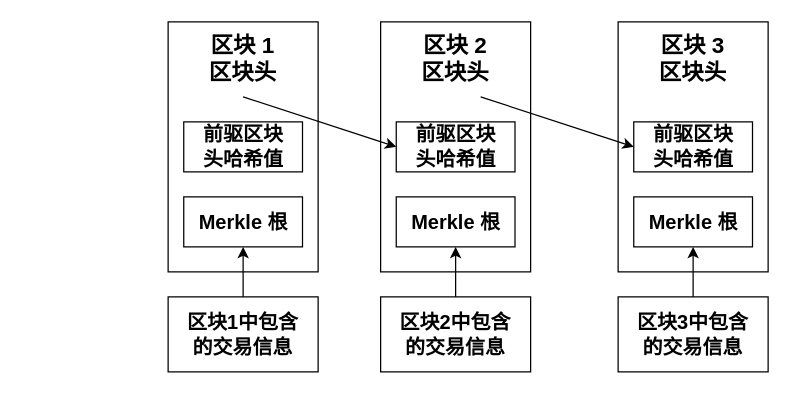
liugangjian/BTCWallet keeps this draw.io diagram as block.drawio. Above is the earlier version. Source tidied: cells renumbered, new cells numbered last; positions are measured from the earlier drawing's top-left corner, leaving out a move shared by most shapes. Both pictures are drawn from the tidied source at 125%, with x=0, y=0 at pixel (168, 21).
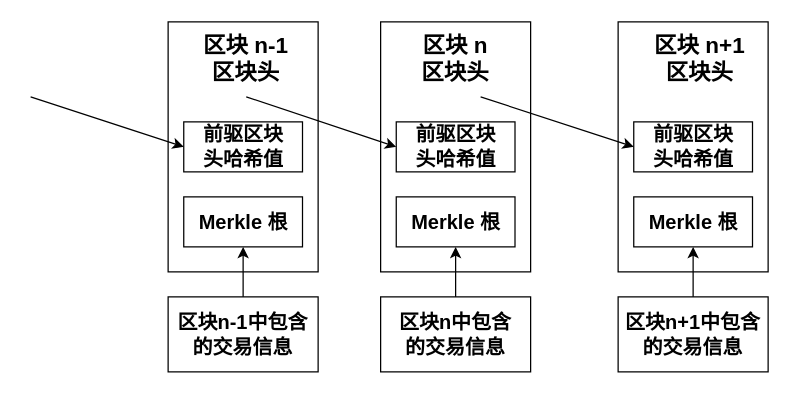
The same diagram, later.

Unchanged cells that the change refers to:
```xml
<mxCell id="8" style="group;" parent="1" vertex="1">
  <mxGeometry x="170" width="120" height="280" as="geometry" />
</mxCell>
<mxCell id="15" style="group;" parent="1" vertex="1">
  <mxGeometry x="360" width="120" height="280" as="geometry" />
</mxCell>
```

Change to the diagram source:
```diff
@@
-    <mxCell id="3" value="&lt;font style=&quot;font-size: 18px&quot;&gt;&lt;b&gt;区块 1&lt;br&gt;区块头&lt;br&gt;&lt;/b&gt;&lt;/font&gt;" style="text;html=1;strokeColor=none;fillColor=none;align=center;verticalAlign=middle;whiteSpace=wrap;rounded=0;" parent="1" vertex="1">
-      <mxGeometry x="25" width="70" height="60" as="geometry" />
+    <mxCell id="3" value="&lt;font style=&quot;font-size: 18px&quot;&gt;&lt;b&gt;区块 n-1&lt;br&gt;区块头&lt;br&gt;&lt;/b&gt;&lt;/font&gt;" style="text;html=1;strokeColor=none;fillColor=none;align=center;verticalAlign=middle;whiteSpace=wrap;rounded=0;" parent="1" vertex="1">
+      <mxGeometry x="25" width="75" height="60" as="geometry" />
     </mxCell>
@@
-    <mxCell id="7" value="&lt;b&gt;&lt;font style=&quot;font-size: 16px&quot;&gt;区块1中包含&lt;br&gt;的交易信息&lt;/font&gt;&lt;/b&gt;" style="rounded=0;whiteSpace=wrap;html=1;" parent="1" vertex="1">
+    <mxCell id="7" value="&lt;b&gt;&lt;font style=&quot;font-size: 16px&quot;&gt;区块n-1中包含&lt;br&gt;的交易信息&lt;/font&gt;&lt;/b&gt;" style="rounded=0;whiteSpace=wrap;html=1;" parent="1" vertex="1">
       <mxGeometry y="220" width="120" height="60" as="geometry" />
     </mxCell>
@@
-    <mxCell id="10" value="&lt;font style=&quot;font-size: 18px&quot;&gt;&lt;b&gt;区块 2&lt;br&gt;区块头&lt;br&gt;&lt;/b&gt;&lt;/font&gt;" style="text;html=1;strokeColor=none;fillColor=none;align=center;verticalAlign=middle;whiteSpace=wrap;rounded=0;" parent="8" vertex="1">
+    <mxCell id="10" value="&lt;font style=&quot;font-size: 18px&quot;&gt;&lt;b&gt;区块 n&lt;br&gt;区块头&lt;br&gt;&lt;/b&gt;&lt;/font&gt;" style="text;html=1;strokeColor=none;fillColor=none;align=center;verticalAlign=middle;whiteSpace=wrap;rounded=0;" parent="8" vertex="1">
       <mxGeometry x="25" width="70" height="60" as="geometry" />
     </mxCell>
@@
-    <mxCell id="14" value="&lt;b&gt;&lt;font style=&quot;font-size: 16px&quot;&gt;区块2中包含&lt;br&gt;的交易信息&lt;/font&gt;&lt;/b&gt;" style="rounded=0;whiteSpace=wrap;html=1;" parent="8" vertex="1">
+    <mxCell id="14" value="&lt;b&gt;&lt;font style=&quot;font-size: 16px&quot;&gt;区块n中包含&lt;br&gt;的交易信息&lt;/font&gt;&lt;/b&gt;" style="rounded=0;whiteSpace=wrap;html=1;" parent="8" vertex="1">
       <mxGeometry y="220" width="120" height="60" as="geometry" />
     </mxCell>
@@
-    <mxCell id="17" value="&lt;font style=&quot;font-size: 18px&quot;&gt;&lt;b&gt;区块 3&lt;br&gt;区块头&lt;br&gt;&lt;/b&gt;&lt;/font&gt;" style="text;html=1;strokeColor=none;fillColor=none;align=center;verticalAlign=middle;whiteSpace=wrap;rounded=0;" parent="15" vertex="1">
-      <mxGeometry x="25" width="70" height="60" as="geometry" />
+    <mxCell id="17" value="&lt;font style=&quot;font-size: 18px&quot;&gt;&lt;b&gt;区块 n+1&lt;br&gt;区块头&lt;br&gt;&lt;/b&gt;&lt;/font&gt;" style="text;html=1;strokeColor=none;fillColor=none;align=center;verticalAlign=middle;whiteSpace=wrap;rounded=0;" parent="15" vertex="1">
+      <mxGeometry x="25" width="81" height="60" as="geometry" />
     </mxCell>
@@
-    <mxCell id="21" value="&lt;b&gt;&lt;font style=&quot;font-size: 16px&quot;&gt;区块3中包含&lt;br&gt;的交易信息&lt;/font&gt;&lt;/b&gt;" style="rounded=0;whiteSpace=wrap;html=1;" parent="15" vertex="1">
+    <mxCell id="21" value="&lt;b&gt;&lt;font style=&quot;font-size: 16px&quot;&gt;区块n+1中包含&lt;br&gt;的交易信息&lt;/font&gt;&lt;/b&gt;" style="rounded=0;whiteSpace=wrap;html=1;" parent="15" vertex="1">
       <mxGeometry y="220" width="120" height="60" as="geometry" />
     </mxCell>
@@
+    <mxCell id="24" style="endArrow=classic;html=1;entryX=0;entryY=0.5;entryDx=0;entryDy=0;exitX=0.5;exitY=1;exitDx=0;exitDy=0;" parent="1" edge="1">
+      <mxGeometry relative="1" as="geometry">
+        <mxPoint x="-110" y="60" as="sourcePoint" />
+        <mxPoint x="12.5" y="100" as="targetPoint" />
+      </mxGeometry>
+    </mxCell>
```
